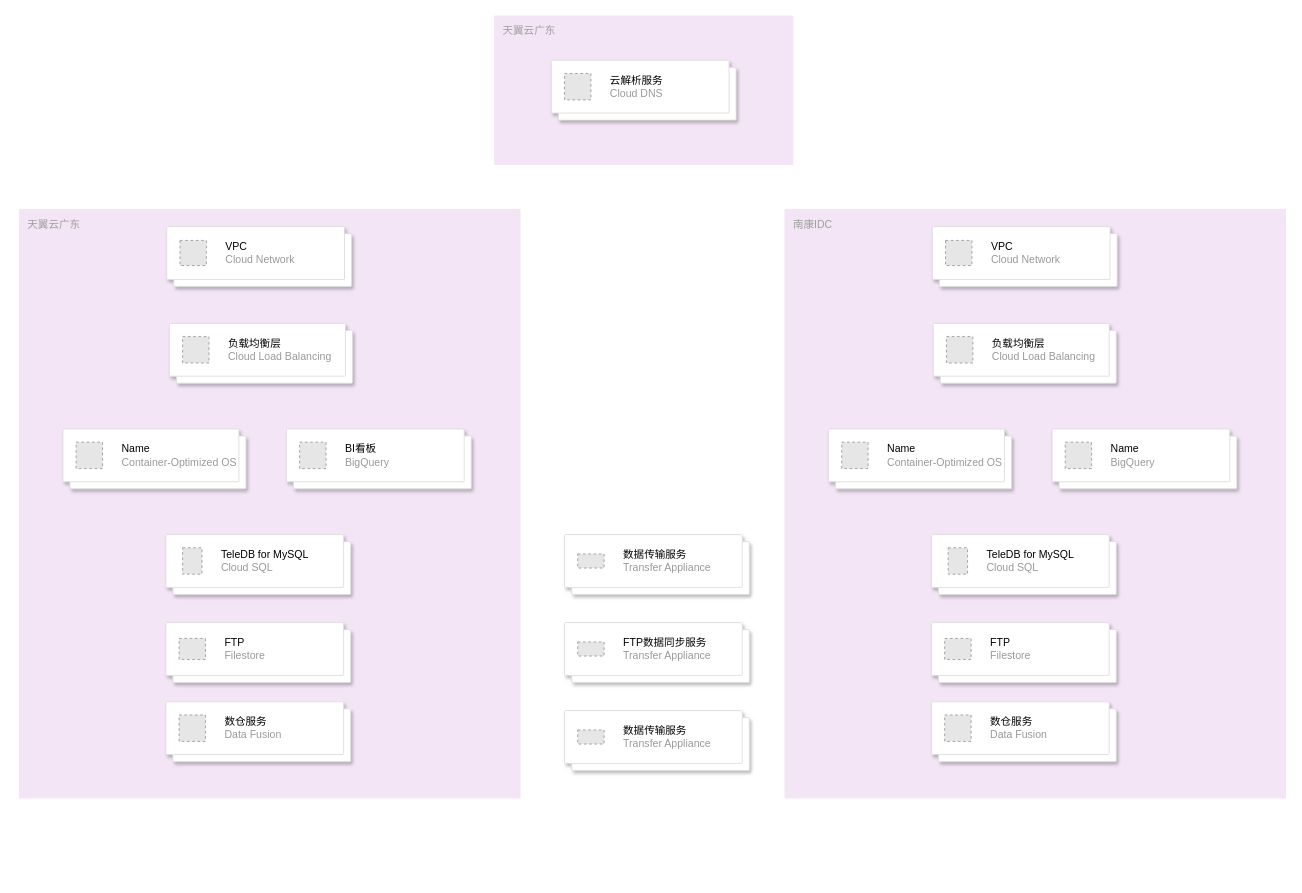
Earlier version of the draw.io diagram 洋臣架构.drawio (MyselfblueKAMI/drawpub). Source tidied: cells renumbered, new cells numbered last; positions are measured from the earlier drawing's top-left corner, leaving out a move shared by most shapes. Both pictures are drawn from the tidied source at 88%, with x=0, y=0 at pixel (18, 15). Pictures stored in the file or linked from it are replaced by grey dashed boxes.
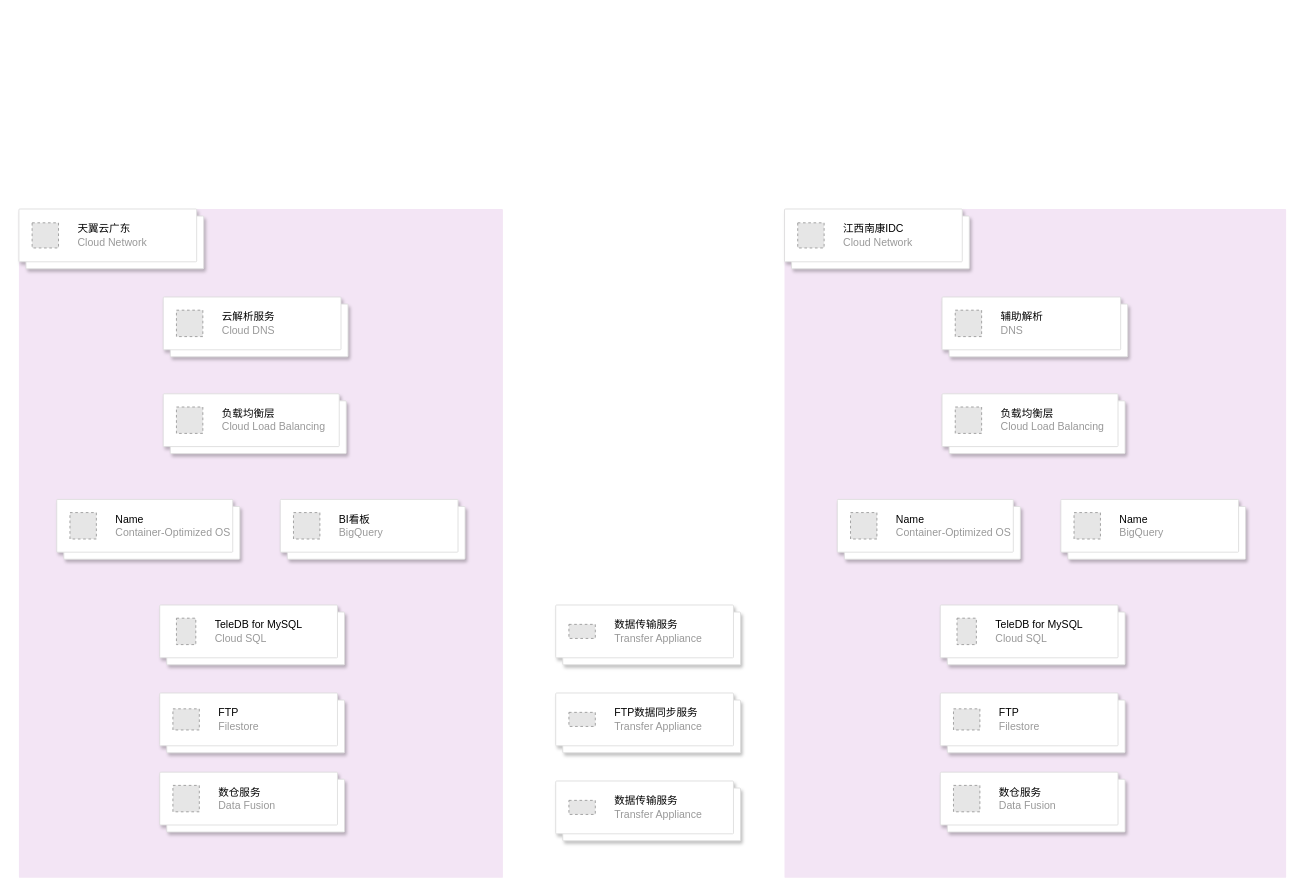
Above is the later version.

Commit message (it also covers changes not shown here):
更新洋臣架构.drawio

Diff of the diagram source:
```diff
@@
-    <mxCell id="2" value="天翼云广东" style="sketch=0;rounded=1;absoluteArcSize=1;arcSize=2;html=1;strokeColor=none;gradientColor=none;shadow=0;dashed=0;fontSize=12;fontColor=#9E9E9E;align=left;verticalAlign=top;spacing=10;spacingTop=-4;whiteSpace=wrap;fillColor=#F3E5F5;" parent="1" vertex="1">
-      <mxGeometry x="540" width="340" height="170" as="geometry" />
-    </mxCell>
+    <mxCell id="5" style="sketch=0;rounded=1;absoluteArcSize=1;arcSize=2;html=1;strokeColor=none;gradientColor=none;shadow=0;dashed=0;fontSize=12;fontColor=#9E9E9E;align=left;verticalAlign=top;spacing=10;spacingTop=-4;whiteSpace=wrap;fillColor=#F3E5F5;" parent="1" vertex="1">
+      <mxGeometry y="220" width="550" height="760" as="geometry" />
+    </mxCell>
     <mxCell id="3" style="shape=mxgraph.gcp2.doubleRect;fillColor=#ffffff;strokeColor=#dddddd;shadow=1;strokeWidth=1;rounded=1;absoluteArcSize=1;arcSize=2;" parent="1" vertex="1">
-      <mxGeometry x="605" y="51" width="210" height="68" as="geometry" />
+      <mxGeometry x="164" y="320" width="210" height="68" as="geometry" />
     </mxCell>
@@
-    <mxCell id="5" value="天翼云广东" style="sketch=0;rounded=1;absoluteArcSize=1;arcSize=2;html=1;strokeColor=none;gradientColor=none;shadow=0;dashed=0;fontSize=12;fontColor=#9E9E9E;align=left;verticalAlign=top;spacing=10;spacingTop=-4;whiteSpace=wrap;fillColor=#F3E5F5;" parent="1" vertex="1">
-      <mxGeometry y="220" width="570" height="670" as="geometry" />
-    </mxCell>
     <mxCell id="6" style="shape=mxgraph.gcp2.doubleRect;fillColor=#ffffff;strokeColor=#dddddd;shadow=1;strokeWidth=1;rounded=1;absoluteArcSize=1;arcSize=2;" parent="1" vertex="1">
-      <mxGeometry x="168" y="240" width="210" height="68" as="geometry" />
+      <mxGeometry y="220" width="210" height="68" as="geometry" />
     </mxCell>
-    <mxCell id="7" value="&lt;font color=&quot;#000000&quot;&gt;VPC&lt;/font&gt;&lt;br&gt;Cloud Network" style="fillColor=#E6E6E6;strokeColor=#999999;dashed=1;html=1;fontColor=#999999;verticalLabelPosition=middle;verticalAlign=middle;labelPosition=right;align=left;spacingLeft=20;" parent="6" vertex="1">
+    <mxCell id="7" value="&lt;font color=&quot;#000000&quot;&gt;天翼云广东&lt;/font&gt;&lt;br&gt;Cloud Network" style="fillColor=#E6E6E6;strokeColor=#999999;dashed=1;html=1;fontColor=#999999;verticalLabelPosition=middle;verticalAlign=middle;labelPosition=right;align=left;spacingLeft=20;" parent="6" vertex="1">
       <mxGeometry width="30" height="28.57" relative="1" as="geometry">
         <mxPoint x="15" y="15.7" as="offset" />
       </mxGeometry>
     </mxCell>
     <mxCell id="8" style="shape=mxgraph.gcp2.doubleRect;fillColor=#ffffff;strokeColor=#dddddd;shadow=1;strokeWidth=1;rounded=1;absoluteArcSize=1;arcSize=2;" parent="1" vertex="1">
-      <mxGeometry x="171" y="350" width="208" height="68" as="geometry" />
+      <mxGeometry x="164" y="430" width="208" height="68" as="geometry" />
     </mxCell>
@@
     <mxCell id="10" style="shape=mxgraph.gcp2.doubleRect;fillColor=#ffffff;strokeColor=#dddddd;shadow=1;strokeWidth=1;rounded=1;absoluteArcSize=1;arcSize=2;" parent="1" vertex="1">
-      <mxGeometry x="167" y="590" width="210" height="68" as="geometry" />
+      <mxGeometry x="160" y="670" width="210" height="68" as="geometry" />
     </mxCell>
@@
     <mxCell id="12" style="shape=mxgraph.gcp2.doubleRect;fillColor=#ffffff;strokeColor=#dddddd;shadow=1;strokeWidth=1;rounded=1;absoluteArcSize=1;arcSize=2;" parent="1" vertex="1">
-      <mxGeometry x="167" y="690" width="210" height="68" as="geometry" />
+      <mxGeometry x="160" y="770" width="210" height="68" as="geometry" />
     </mxCell>
@@
     <mxCell id="14" style="shape=mxgraph.gcp2.doubleRect;fillColor=#ffffff;strokeColor=#dddddd;shadow=1;strokeWidth=1;rounded=1;absoluteArcSize=1;arcSize=2;" parent="1" vertex="1">
-      <mxGeometry x="620" y="590" width="210" height="68" as="geometry" />
+      <mxGeometry x="610" y="670" width="210" height="68" as="geometry" />
     </mxCell>
@@
     <mxCell id="16" style="shape=mxgraph.gcp2.doubleRect;fillColor=#ffffff;strokeColor=#dddddd;shadow=1;strokeWidth=1;rounded=1;absoluteArcSize=1;arcSize=2;" parent="1" vertex="1">
-      <mxGeometry x="50" y="470" width="208" height="68" as="geometry" />
+      <mxGeometry x="43" y="550" width="208" height="68" as="geometry" />
     </mxCell>
@@
     <mxCell id="18" style="shape=mxgraph.gcp2.doubleRect;fillColor=#ffffff;strokeColor=#dddddd;shadow=1;strokeWidth=1;rounded=1;absoluteArcSize=1;arcSize=2;" parent="1" vertex="1">
-      <mxGeometry x="167" y="780" width="210" height="68" as="geometry" />
+      <mxGeometry x="160" y="860" width="210" height="68" as="geometry" />
     </mxCell>
@@
     <mxCell id="20" style="shape=mxgraph.gcp2.doubleRect;fillColor=#ffffff;strokeColor=#dddddd;shadow=1;strokeWidth=1;rounded=1;absoluteArcSize=1;arcSize=2;" parent="1" vertex="1">
-      <mxGeometry x="304" y="470" width="210" height="68" as="geometry" />
+      <mxGeometry x="297" y="550" width="210" height="68" as="geometry" />
     </mxCell>
@@
-    <mxCell id="22" value="南康IDC" style="sketch=0;rounded=1;absoluteArcSize=1;arcSize=2;html=1;strokeColor=none;gradientColor=none;shadow=0;dashed=0;fontSize=12;fontColor=#9E9E9E;align=left;verticalAlign=top;spacing=10;spacingTop=-4;whiteSpace=wrap;fillColor=#F3E5F5;" parent="1" vertex="1">
-      <mxGeometry x="870" y="220" width="570" height="670" as="geometry" />
+    <mxCell id="22" style="sketch=0;rounded=1;absoluteArcSize=1;arcSize=2;html=1;strokeColor=none;gradientColor=none;shadow=0;dashed=0;fontSize=12;fontColor=#9E9E9E;align=left;verticalAlign=top;spacing=10;spacingTop=-4;whiteSpace=wrap;fillColor=#F3E5F5;" parent="1" vertex="1">
+      <mxGeometry x="870" y="220" width="570" height="760" as="geometry" />
     </mxCell>
     <mxCell id="23" style="shape=mxgraph.gcp2.doubleRect;fillColor=#ffffff;strokeColor=#dddddd;shadow=1;strokeWidth=1;rounded=1;absoluteArcSize=1;arcSize=2;" parent="1" vertex="1">
-      <mxGeometry x="1038" y="240" width="210" height="68" as="geometry" />
+      <mxGeometry x="870" y="220" width="210" height="68" as="geometry" />
     </mxCell>
-    <mxCell id="24" value="&lt;font color=&quot;#000000&quot;&gt;VPC&lt;/font&gt;&lt;br&gt;Cloud Network" style="fillColor=#E6E6E6;strokeColor=#999999;dashed=1;html=1;fontColor=#999999;verticalLabelPosition=middle;verticalAlign=middle;labelPosition=right;align=left;spacingLeft=20;" parent="23" vertex="1">
+    <mxCell id="24" value="&lt;font color=&quot;#000000&quot;&gt;江西南康IDC&lt;/font&gt;&lt;div&gt;Cloud Network&lt;/div&gt;" style="fillColor=#E6E6E6;strokeColor=#999999;dashed=1;html=1;fontColor=#999999;verticalLabelPosition=middle;verticalAlign=middle;labelPosition=right;align=left;spacingLeft=20;" parent="23" vertex="1">
       <mxGeometry width="30" height="28.57" relative="1" as="geometry">
         <mxPoint x="15" y="15.7" as="offset" />
       </mxGeometry>
     </mxCell>
     <mxCell id="25" style="shape=mxgraph.gcp2.doubleRect;fillColor=#ffffff;strokeColor=#dddddd;shadow=1;strokeWidth=1;rounded=1;absoluteArcSize=1;arcSize=2;" parent="1" vertex="1">
-      <mxGeometry x="1039" y="350" width="208" height="68" as="geometry" />
+      <mxGeometry x="1049" y="430" width="208" height="68" as="geometry" />
     </mxCell>
@@
     <mxCell id="27" style="shape=mxgraph.gcp2.doubleRect;fillColor=#ffffff;strokeColor=#dddddd;shadow=1;strokeWidth=1;rounded=1;absoluteArcSize=1;arcSize=2;" parent="1" vertex="1">
-      <mxGeometry x="1037" y="590" width="210" height="68" as="geometry" />
+      <mxGeometry x="1047" y="670" width="210" height="68" as="geometry" />
     </mxCell>
@@
     <mxCell id="29" style="shape=mxgraph.gcp2.doubleRect;fillColor=#ffffff;strokeColor=#dddddd;shadow=1;strokeWidth=1;rounded=1;absoluteArcSize=1;arcSize=2;" parent="1" vertex="1">
-      <mxGeometry x="1037" y="690" width="210" height="68" as="geometry" />
+      <mxGeometry x="1047" y="770" width="210" height="68" as="geometry" />
     </mxCell>
@@
     <mxCell id="31" style="shape=mxgraph.gcp2.doubleRect;fillColor=#ffffff;strokeColor=#dddddd;shadow=1;strokeWidth=1;rounded=1;absoluteArcSize=1;arcSize=2;" parent="1" vertex="1">
-      <mxGeometry x="920" y="470" width="208" height="68" as="geometry" />
+      <mxGeometry x="930" y="550" width="208" height="68" as="geometry" />
     </mxCell>
@@
     <mxCell id="33" style="shape=mxgraph.gcp2.doubleRect;fillColor=#ffffff;strokeColor=#dddddd;shadow=1;strokeWidth=1;rounded=1;absoluteArcSize=1;arcSize=2;" parent="1" vertex="1">
-      <mxGeometry x="1037" y="780" width="210" height="68" as="geometry" />
+      <mxGeometry x="1047" y="860" width="210" height="68" as="geometry" />
     </mxCell>
@@
     <mxCell id="35" style="shape=mxgraph.gcp2.doubleRect;fillColor=#ffffff;strokeColor=#dddddd;shadow=1;strokeWidth=1;rounded=1;absoluteArcSize=1;arcSize=2;" parent="1" vertex="1">
-      <mxGeometry x="1174" y="470" width="210" height="68" as="geometry" />
+      <mxGeometry x="1184" y="550" width="210" height="68" as="geometry" />
     </mxCell>
@@
     <mxCell id="37" style="shape=mxgraph.gcp2.doubleRect;fillColor=#ffffff;strokeColor=#dddddd;shadow=1;strokeWidth=1;rounded=1;absoluteArcSize=1;arcSize=2;" parent="1" vertex="1">
-      <mxGeometry x="620" y="690" width="210" height="68" as="geometry" />
+      <mxGeometry x="610" y="770" width="210" height="68" as="geometry" />
     </mxCell>
@@
     <mxCell id="39" style="shape=mxgraph.gcp2.doubleRect;fillColor=#ffffff;strokeColor=#dddddd;shadow=1;strokeWidth=1;rounded=1;absoluteArcSize=1;arcSize=2;" parent="1" vertex="1">
-      <mxGeometry x="620" y="790" width="210" height="68" as="geometry" />
+      <mxGeometry x="610" y="870" width="210" height="68" as="geometry" />
     </mxCell>
@@
+    <mxCell id="41" style="shape=mxgraph.gcp2.doubleRect;fillColor=#ffffff;strokeColor=#dddddd;shadow=1;strokeWidth=1;rounded=1;absoluteArcSize=1;arcSize=2;" parent="1" vertex="1">
+      <mxGeometry x="1049" y="320" width="211" height="68" as="geometry" />
+    </mxCell>
+    <mxCell id="42" value="&lt;font color=&quot;#000000&quot;&gt;辅助解析&lt;/font&gt;&lt;br&gt;DNS" style="fillColor=#E6E6E6;strokeColor=#999999;dashed=1;html=1;fontColor=#999999;verticalLabelPosition=middle;verticalAlign=middle;labelPosition=right;align=left;spacingLeft=20;" parent="41" vertex="1">
+      <mxGeometry width="30" height="30" relative="1" as="geometry">
+        <mxPoint x="15" y="15" as="offset" />
+      </mxGeometry>
+    </mxCell>
```
